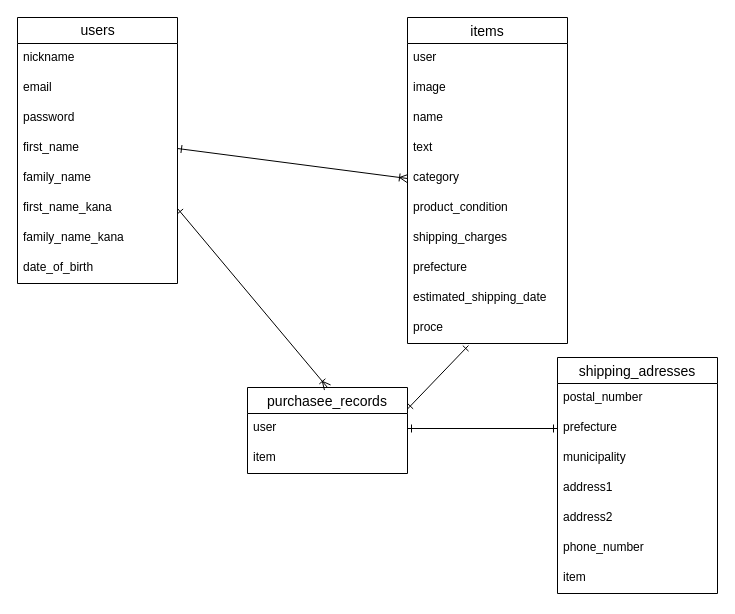
Earlier version of the draw.io diagram ER.dio (birthchamu/furima-35216). Source tidied: cells renumbered, new cells numbered last; positions are measured from the earlier drawing's top-left corner, leaving out a move shared by most shapes. Both pictures are drawn from the tidied source at 100%, with x=0, y=0 at pixel (17, 17).
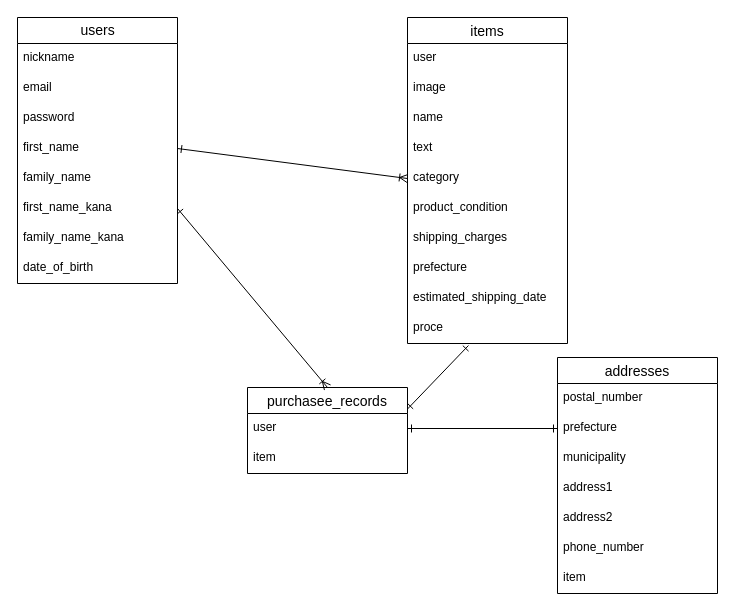
The same diagram, later.

Commit message (it also covers changes not shown here):
shipping_addressesをaddressesに変更

長いので

What changed in the source:
```diff
@@
-    <mxCell id="26" value="shipping_adresses" style="swimlane;fontStyle=0;horizontal=1;startSize=26;align=center;fontSize=14;" parent="1" vertex="1">
+    <mxCell id="26" value="addresses" style="swimlane;fontStyle=0;horizontal=1;startSize=26;align=center;fontSize=14;" parent="1" vertex="1">
       <mxGeometry x="540" y="340" width="160" height="236" as="geometry" />
     </mxCell>
```
